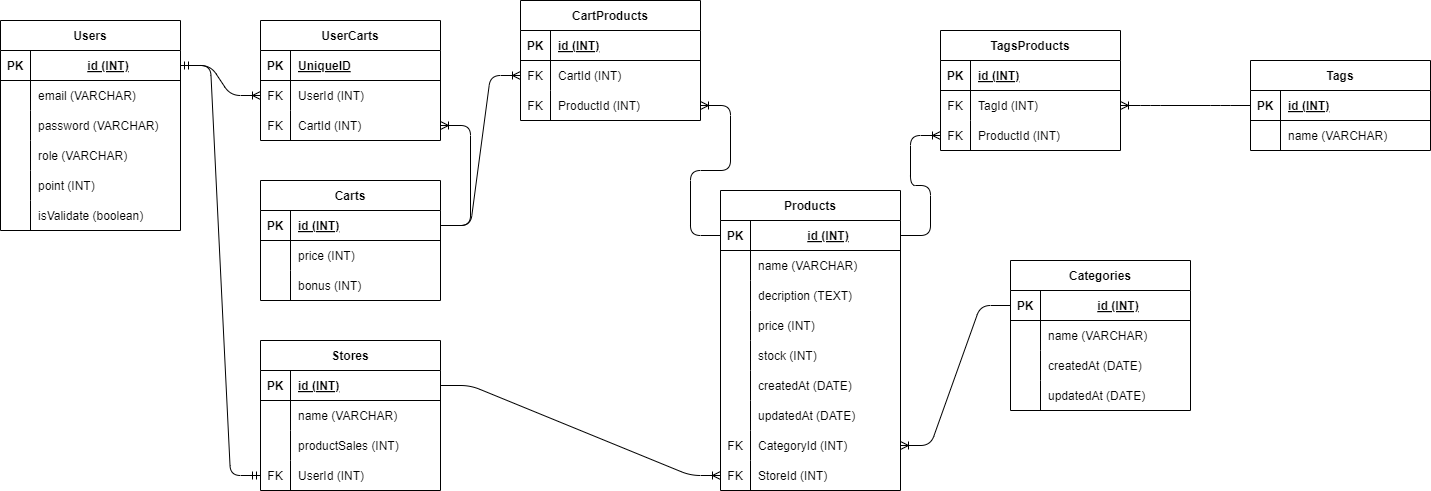
The draw.io diagram headBang.drawio.png in FauzhanWahyudi/HeadBang, before a commit. Source tidied: cells renumbered, new cells last; positions are measured from the earlier drawing's top-left corner, leaving out a move shared by most shapes.
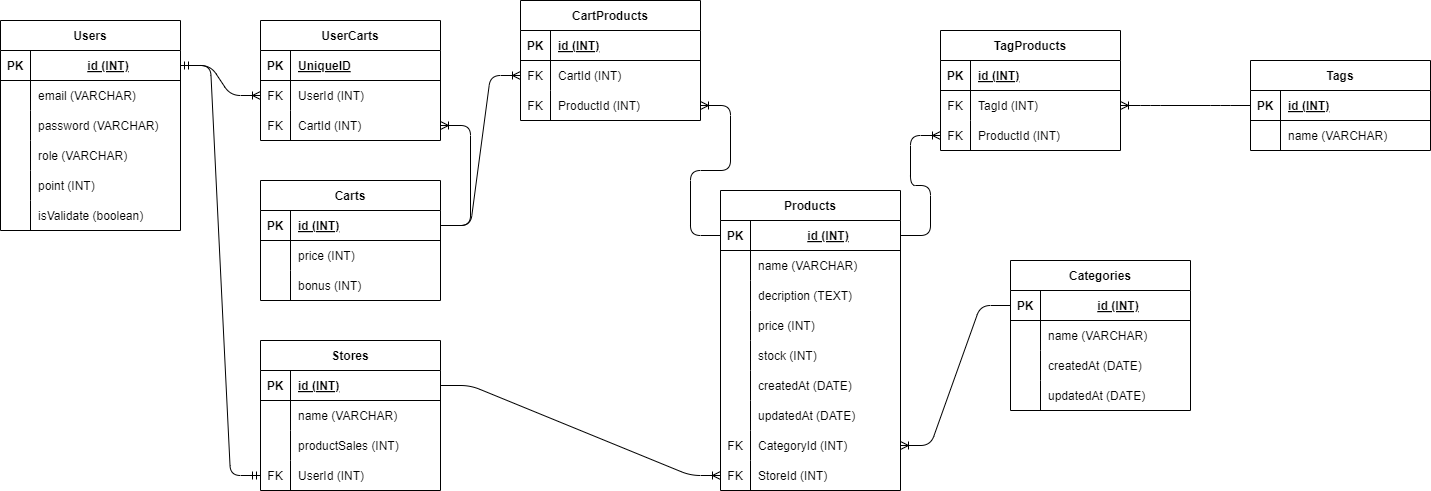
After the change.

The edit, as a diff of the source:
```diff
@@ -236,7 +236,7 @@
     <mxCell id="79" value="name (VARCHAR)" style="shape=partialRectangle;fillColor=none;top=0;left=0;bottom=0;right=0;align=left;spacingLeft=6;overflow=hidden;" parent="77" vertex="1">
       <mxGeometry x="30" width="150" height="30" as="geometry" />
     </mxCell>
-    <mxCell id="80" value="TagsProducts" style="shape=table;startSize=30;rowLines=0;fontStyle=1;align=center;" parent="1" vertex="1">
+    <mxCell id="80" value="TagProducts" style="shape=table;startSize=30;rowLines=0;fontStyle=1;align=center;" parent="1" vertex="1">
       <mxGeometry x="940" y="30" width="180" height="120" as="geometry" />
     </mxCell>
     <mxCell id="81" style="shape=tableRow;horizontal=0;startSize=0;swimlaneHead=0;swimlaneBody=0;fillColor=none;top=0;left=0;right=0;bottom=1;" parent="80" vertex="1">
```
